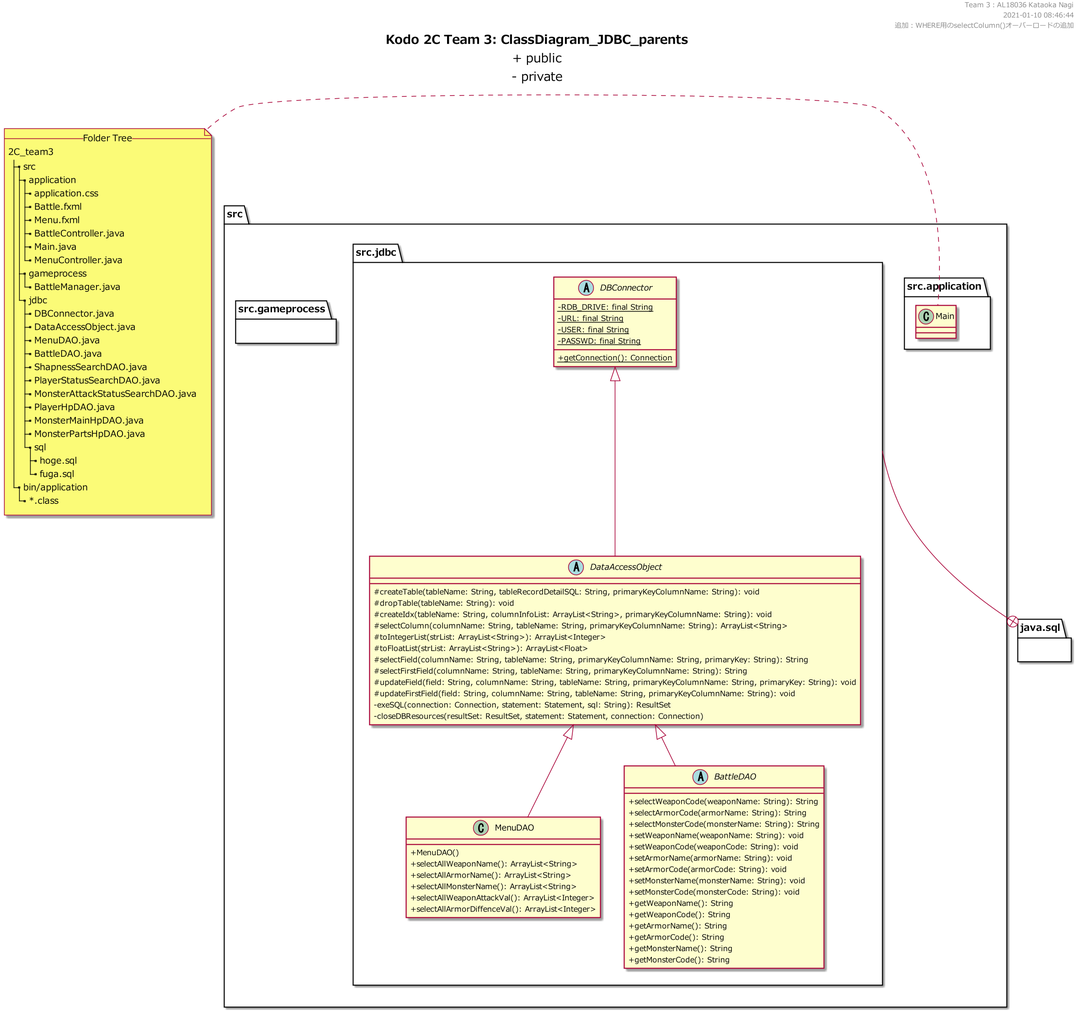
KataokaNagi/2C_team3 keeps this PlantUML diagram as uml/out/ClassDiagram_JDBC_parents.png. Above is the earlier version.
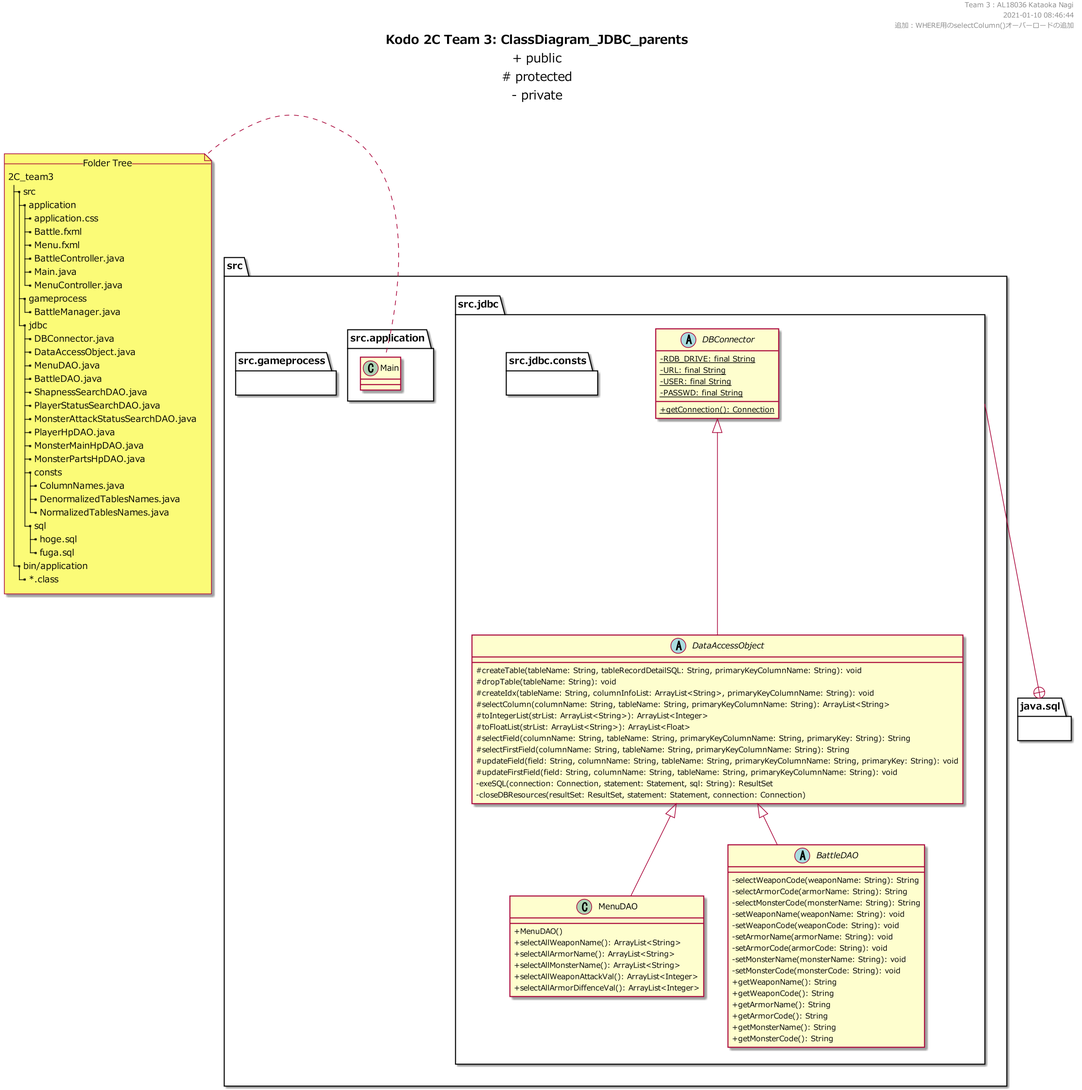
Later version of the same file.

Change to the diagram source:
```diff
@@ -14,6 +14,7 @@
 title
 **Kodo 2C Team 3: ClassDiagram_JDBC_parents**
 + public
+~# protected
 ~- private
 end title
 
@@ -53,6 +54,10 @@
       |_ PlayerHpDAO.java
       |_ MonsterMainHpDAO.java
       |_ MonsterPartsHpDAO.java
+      |_ consts
+        |_ ColumnNames.java
+        |_ DenormalizedTablesNames.java
+        |_ NormalizedTablesNames.java
       |_ sql
         |_ hoge.sql
         |_ fuga.sql
@@ -64,6 +69,11 @@
 package java.sql {
 }
 
+
+package src.jdbc {
+  package src.jdbc.consts {
+  }
+}
 
 src.jdbc --+ java.sql
 
@@ -116,15 +126,15 @@
   }
 
   abstract class BattleDAO extends DataAccessObject {
-  + selectWeaponCode(weaponName: String): String
-  + selectArmorCode(armorName: String): String
-  + selectMonsterCode(monsterName: String): String
-  + setWeaponName(weaponName: String): void
-  + setWeaponCode(weaponCode: String): void
-  + setArmorName(armorName: String): void
-  + setArmorCode(armorCode: String): void
-  + setMonsterName(monsterName: String): void
-  + setMonsterCode(monsterCode: String): void
+  - selectWeaponCode(weaponName: String): String
+  - selectArmorCode(armorName: String): String
+  - selectMonsterCode(monsterName: String): String
+  - setWeaponName(weaponName: String): void
+  - setWeaponCode(weaponCode: String): void
+  - setArmorName(armorName: String): void
+  - setArmorCode(armorCode: String): void
+  - setMonsterName(monsterName: String): void
+  - setMonsterCode(monsterCode: String): void
   + getWeaponName(): String
   + getWeaponCode(): String
   + getArmorName(): String
```
